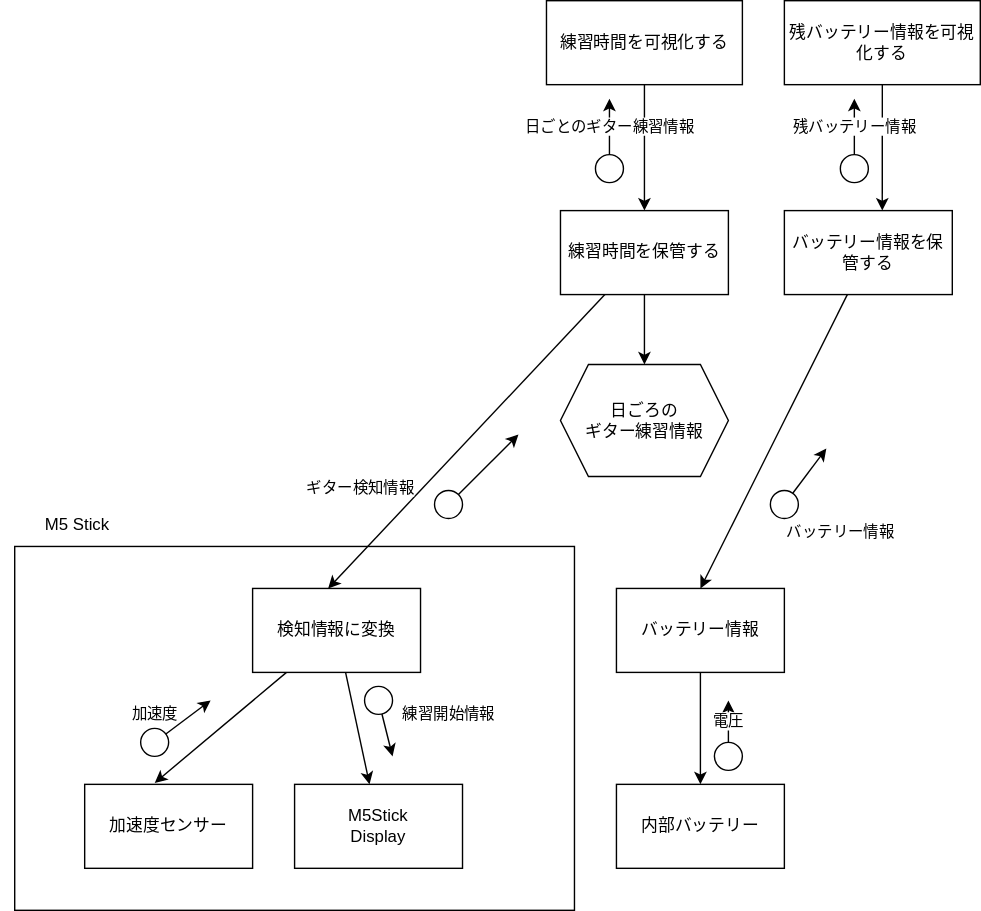
This is images/module.drawio.svg from gakutosasabe/Gitter, a draw.io export, as it was before one commit. Source tidied: cells renumbered, new cells last; positions are measured from the earlier drawing's top-left corner, leaving out a move shared by most shapes. Its diagram source:
```xml
<mxGraphModel>
  <root>
    <mxCell id="0" />
    <mxCell id="1" parent="0" />
    <mxCell id="2" style="rounded=0;whiteSpace=wrap;html=1;fillColor=none;" parent="1" vertex="1">
      <mxGeometry x="10" y="390" width="400" height="260" as="geometry" />
    </mxCell>
    <mxCell id="3" style="edgeStyle=none;html=1;entryX=0.417;entryY=-0.017;entryDx=0;entryDy=0;entryPerimeter=0;" parent="1" edge="1" source="5" target="6">
      <mxGeometry relative="1" as="geometry" />
    </mxCell>
    <mxCell id="4" style="edgeStyle=none;html=1;" parent="1" edge="1" source="5" target="9">
      <mxGeometry relative="1" as="geometry" />
    </mxCell>
    <mxCell id="5" value="検知情報に変換" style="rounded=0;whiteSpace=wrap;html=1;" parent="1" vertex="1">
      <mxGeometry x="180" y="420" width="120" height="60" as="geometry" />
    </mxCell>
    <mxCell id="6" value="加速度センサー" style="rounded=0;whiteSpace=wrap;html=1;" parent="1" vertex="1">
      <mxGeometry x="60" y="560" width="120" height="60" as="geometry" />
    </mxCell>
    <mxCell id="7" value="加速度" style="edgeStyle=none;html=1;" parent="1" edge="1" source="8">
      <mxGeometry x="-0.9" y="16" relative="1" as="geometry">
        <mxPoint x="150" y="500" as="targetPoint" />
      </mxGeometry>
    </mxCell>
    <mxCell id="8" style="ellipse;whiteSpace=wrap;html=1;" parent="1" vertex="1">
      <mxGeometry x="100" y="520" width="20" height="20" as="geometry" />
    </mxCell>
    <mxCell id="9" value="M5Stick&lt;br&gt;Display" style="rounded=0;whiteSpace=wrap;html=1;" parent="1" vertex="1">
      <mxGeometry x="210" y="560" width="120" height="60" as="geometry" />
    </mxCell>
    <mxCell id="10" value="練習開始情報" style="edgeStyle=none;html=1;" parent="1" edge="1" source="11">
      <mxGeometry x="-0.24" y="46" relative="1" as="geometry">
        <mxPoint x="280" y="540" as="targetPoint" />
      </mxGeometry>
    </mxCell>
    <mxCell id="11" style="ellipse;whiteSpace=wrap;html=1;" parent="1" vertex="1">
      <mxGeometry x="260" y="490" width="20" height="20" as="geometry" />
    </mxCell>
    <mxCell id="12" style="edgeStyle=none;html=1;entryX=0.45;entryY=0;entryDx=0;entryDy=0;entryPerimeter=0;" parent="1" edge="1" source="14" target="5">
      <mxGeometry relative="1" as="geometry" />
    </mxCell>
    <mxCell id="13" style="edgeStyle=none;html=1;entryX=0.5;entryY=0;entryDx=0;entryDy=0;" parent="1" edge="1" source="14">
      <mxGeometry relative="1" as="geometry">
        <mxPoint x="460" y="260" as="targetPoint" />
      </mxGeometry>
    </mxCell>
    <mxCell id="14" value="練習時間を保管する" style="rounded=0;whiteSpace=wrap;html=1;" parent="1" vertex="1">
      <mxGeometry x="400" y="150" width="120" height="60" as="geometry" />
    </mxCell>
    <mxCell id="15" value="M5 Stick" style="text;html=1;strokeColor=none;fillColor=none;align=center;verticalAlign=middle;whiteSpace=wrap;rounded=0;" parent="1" vertex="1">
      <mxGeometry y="360" width="110" height="30" as="geometry" />
    </mxCell>
    <mxCell id="16" value="ギター検知情報" style="edgeStyle=none;html=1;" parent="1" edge="1" source="17">
      <mxGeometry x="-1" y="60" relative="1" as="geometry">
        <mxPoint x="370" y="310" as="targetPoint" />
        <mxPoint x="-28" y="37" as="offset" />
      </mxGeometry>
    </mxCell>
    <mxCell id="17" style="ellipse;whiteSpace=wrap;html=1;" parent="1" vertex="1">
      <mxGeometry x="310" y="350" width="20" height="20" as="geometry" />
    </mxCell>
    <mxCell id="18" value="日ごろの&lt;br&gt;ギター練習情報" style="shape=hexagon;perimeter=hexagonPerimeter2;whiteSpace=wrap;html=1;fixedSize=1;fillColor=none;" parent="1" vertex="1">
      <mxGeometry x="400" y="260" width="120" height="80" as="geometry" />
    </mxCell>
    <mxCell id="19" value="内部バッテリー" style="rounded=0;whiteSpace=wrap;html=1;fillColor=none;" parent="1" vertex="1">
      <mxGeometry x="440" y="560" width="120" height="60" as="geometry" />
    </mxCell>
    <mxCell id="20" style="edgeStyle=none;html=1;" parent="1" edge="1" source="21" target="19">
      <mxGeometry relative="1" as="geometry" />
    </mxCell>
    <mxCell id="21" value="バッテリー情報" style="rounded=0;whiteSpace=wrap;html=1;fillColor=none;" parent="1" vertex="1">
      <mxGeometry x="440" y="420" width="120" height="60" as="geometry" />
    </mxCell>
    <mxCell id="22" value="電圧" style="edgeStyle=none;html=1;" parent="1" edge="1" source="23">
      <mxGeometry relative="1" as="geometry">
        <mxPoint x="520" y="500" as="targetPoint" />
      </mxGeometry>
    </mxCell>
    <mxCell id="23" style="ellipse;whiteSpace=wrap;html=1;" parent="1" vertex="1">
      <mxGeometry x="510" y="530" width="20" height="20" as="geometry" />
    </mxCell>
    <mxCell id="24" style="edgeStyle=none;html=1;entryX=0.5;entryY=0;entryDx=0;entryDy=0;" parent="1" edge="1" source="25" target="21">
      <mxGeometry relative="1" as="geometry" />
    </mxCell>
    <mxCell id="25" value="バッテリー情報を保管する" style="rounded=0;whiteSpace=wrap;html=1;" parent="1" vertex="1">
      <mxGeometry x="560" y="150" width="120" height="60" as="geometry" />
    </mxCell>
    <mxCell id="26" value="バッテリー情報" style="edgeStyle=none;html=1;" parent="1" edge="1" source="27">
      <mxGeometry x="-1" y="-44" relative="1" as="geometry">
        <mxPoint x="590" y="320" as="targetPoint" />
        <mxPoint x="-1" y="2" as="offset" />
      </mxGeometry>
    </mxCell>
    <mxCell id="27" style="ellipse;whiteSpace=wrap;html=1;" parent="1" vertex="1">
      <mxGeometry x="550" y="350" width="20" height="20" as="geometry" />
    </mxCell>
    <mxCell id="28" style="edgeStyle=none;html=1;entryX=0.5;entryY=0;entryDx=0;entryDy=0;" parent="1" edge="1" source="29" target="14">
      <mxGeometry relative="1" as="geometry" />
    </mxCell>
    <mxCell id="29" value="練習時間を可視化する" style="rounded=0;whiteSpace=wrap;html=1;" parent="1" vertex="1">
      <mxGeometry x="390" width="140" height="60" as="geometry" />
    </mxCell>
    <mxCell id="30" style="edgeStyle=none;html=1;entryX=0.583;entryY=0;entryDx=0;entryDy=0;entryPerimeter=0;" parent="1" edge="1" source="31" target="25">
      <mxGeometry relative="1" as="geometry" />
    </mxCell>
    <mxCell id="31" value="残バッテリー情報を可視化する" style="rounded=0;whiteSpace=wrap;html=1;" parent="1" vertex="1">
      <mxGeometry x="560" width="140" height="60" as="geometry" />
    </mxCell>
    <mxCell id="32" value="日ごとのギター練習情報" style="edgeStyle=none;html=1;" parent="1" edge="1" source="33">
      <mxGeometry relative="1" as="geometry">
        <mxPoint x="435" y="70" as="targetPoint" />
      </mxGeometry>
    </mxCell>
    <mxCell id="33" style="ellipse;whiteSpace=wrap;html=1;" parent="1" vertex="1">
      <mxGeometry x="425" y="110" width="20" height="20" as="geometry" />
    </mxCell>
    <mxCell id="34" value="残バッテリー情報" style="edgeStyle=none;html=1;" parent="1" edge="1" source="35">
      <mxGeometry relative="1" as="geometry">
        <mxPoint x="610" y="70" as="targetPoint" />
      </mxGeometry>
    </mxCell>
    <mxCell id="35" style="ellipse;whiteSpace=wrap;html=1;" parent="1" vertex="1">
      <mxGeometry x="600" y="110" width="20" height="20" as="geometry" />
    </mxCell>
  </root>
</mxGraphModel>
```
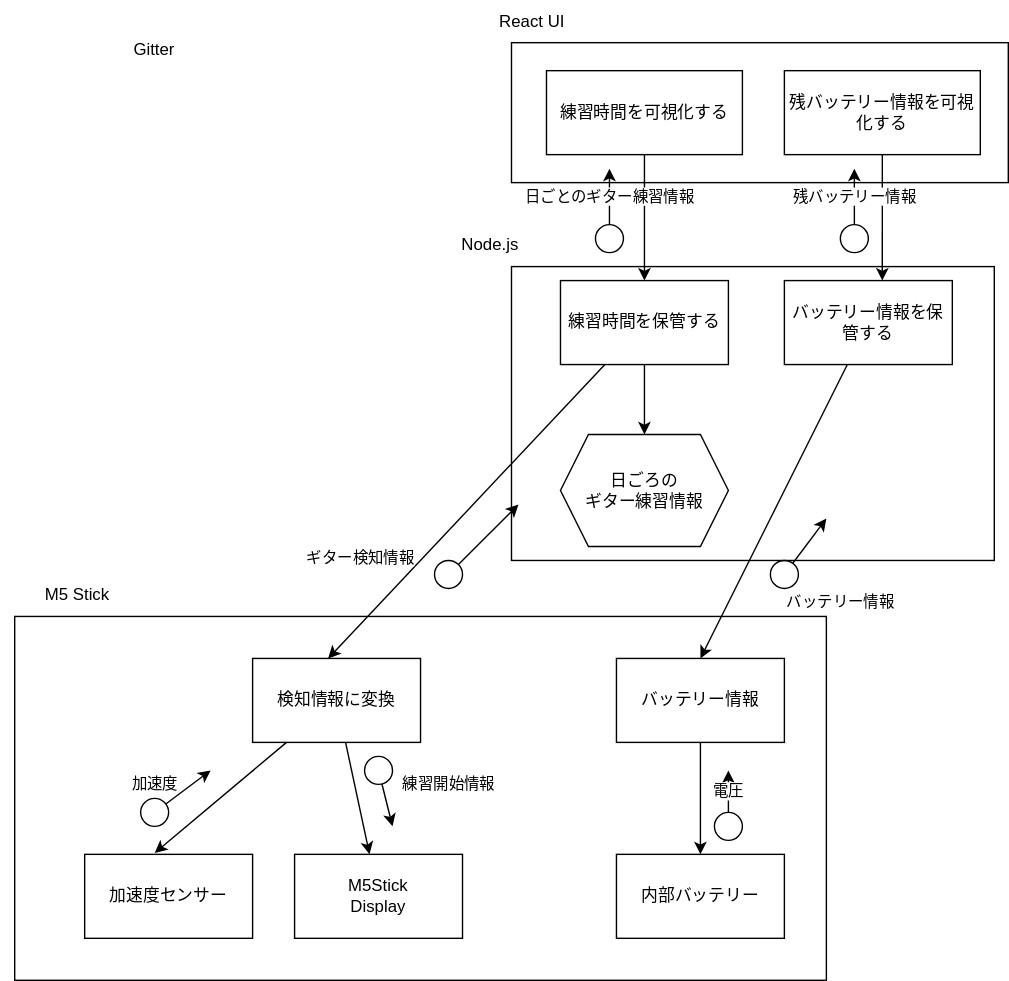
After the change.

Commit message:
モジュール構造図まで設計完了

Change to the diagram source:
```diff
@@ -3,7 +3,7 @@
     <mxCell id="0" />
     <mxCell id="1" parent="0" />
     <mxCell id="2" style="rounded=0;whiteSpace=wrap;html=1;fillColor=none;" parent="1" vertex="1">
-      <mxGeometry x="10" y="390" width="400" height="260" as="geometry" />
+      <mxGeometry x="10" y="390" width="580" height="260" as="geometry" />
     </mxCell>
     <mxCell id="3" style="edgeStyle=none;html=1;entryX=0.417;entryY=-0.017;entryDx=0;entryDy=0;entryPerimeter=0;" parent="1" edge="1" source="5" target="6">
       <mxGeometry relative="1" as="geometry" />
@@ -122,5 +122,20 @@
     <mxCell id="35" style="ellipse;whiteSpace=wrap;html=1;" parent="1" vertex="1">
       <mxGeometry x="600" y="110" width="20" height="20" as="geometry" />
     </mxCell>
+    <mxCell id="36" style="rounded=0;whiteSpace=wrap;html=1;fillColor=none;" parent="1" vertex="1">
+      <mxGeometry x="365" y="-20" width="355" height="100" as="geometry" />
+    </mxCell>
+    <mxCell id="37" value="React UI" style="text;html=1;strokeColor=none;fillColor=none;align=center;verticalAlign=middle;whiteSpace=wrap;rounded=0;" parent="1" vertex="1">
+      <mxGeometry x="350" y="-50" width="60" height="30" as="geometry" />
+    </mxCell>
+    <mxCell id="38" style="rounded=0;whiteSpace=wrap;html=1;fillColor=none;" parent="1" vertex="1">
+      <mxGeometry x="365" y="140" width="345" height="210" as="geometry" />
+    </mxCell>
+    <mxCell id="39" value="Node.js" style="text;html=1;strokeColor=none;fillColor=none;align=center;verticalAlign=middle;whiteSpace=wrap;rounded=0;" parent="1" vertex="1">
+      <mxGeometry x="320" y="110" width="60" height="30" as="geometry" />
+    </mxCell>
+    <mxCell id="40" value="Gitter" style="text;html=1;strokeColor=none;fillColor=none;align=center;verticalAlign=middle;whiteSpace=wrap;rounded=0;" parent="1" vertex="1">
+      <mxGeometry x="80" y="-30" width="60" height="30" as="geometry" />
+    </mxCell>
   </root>
 </mxGraphModel>
```
